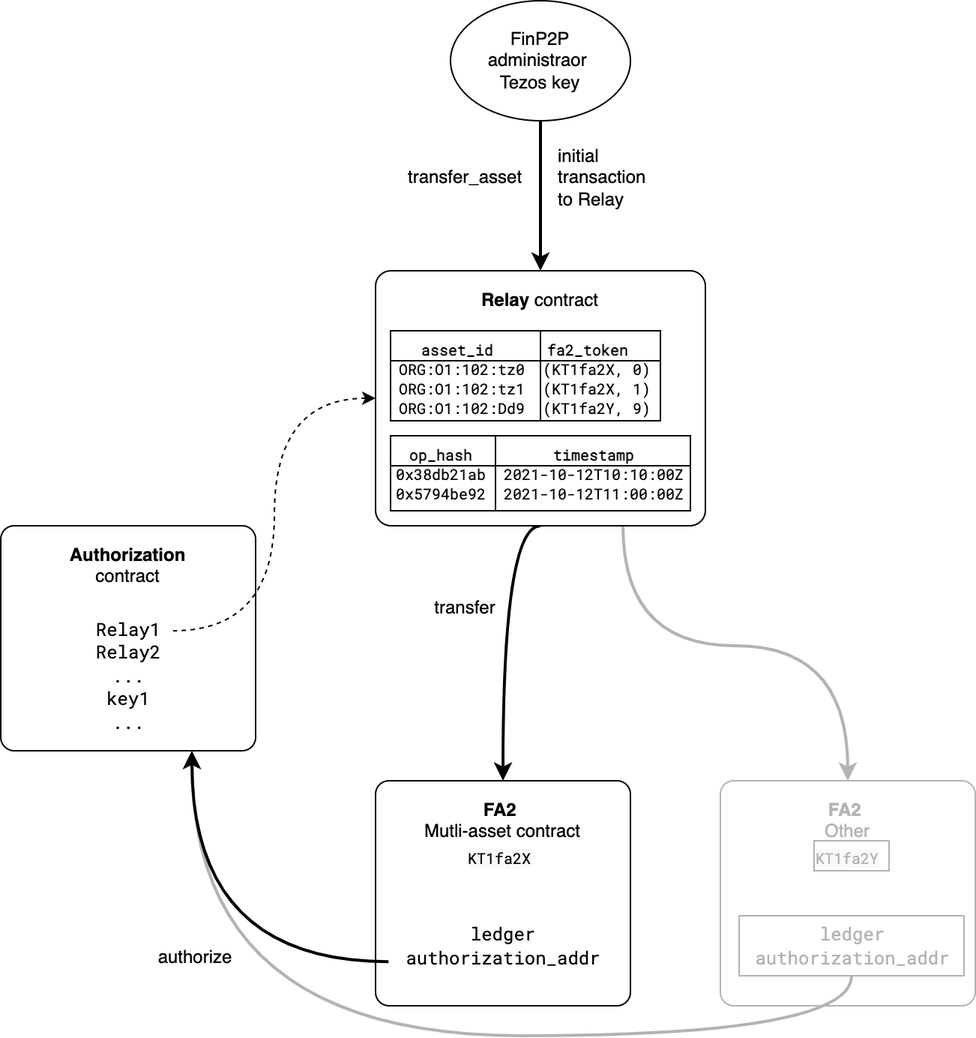
Before: specs/images/finp2p_tezos_contracts.png, a diagram exported from draw.io (owneraio/finp2p-tezos-adapter). Source tidied: cells renumbered, new cells last; positions are measured from the earlier drawing's top-left corner, leaving out a move shared by most shapes.
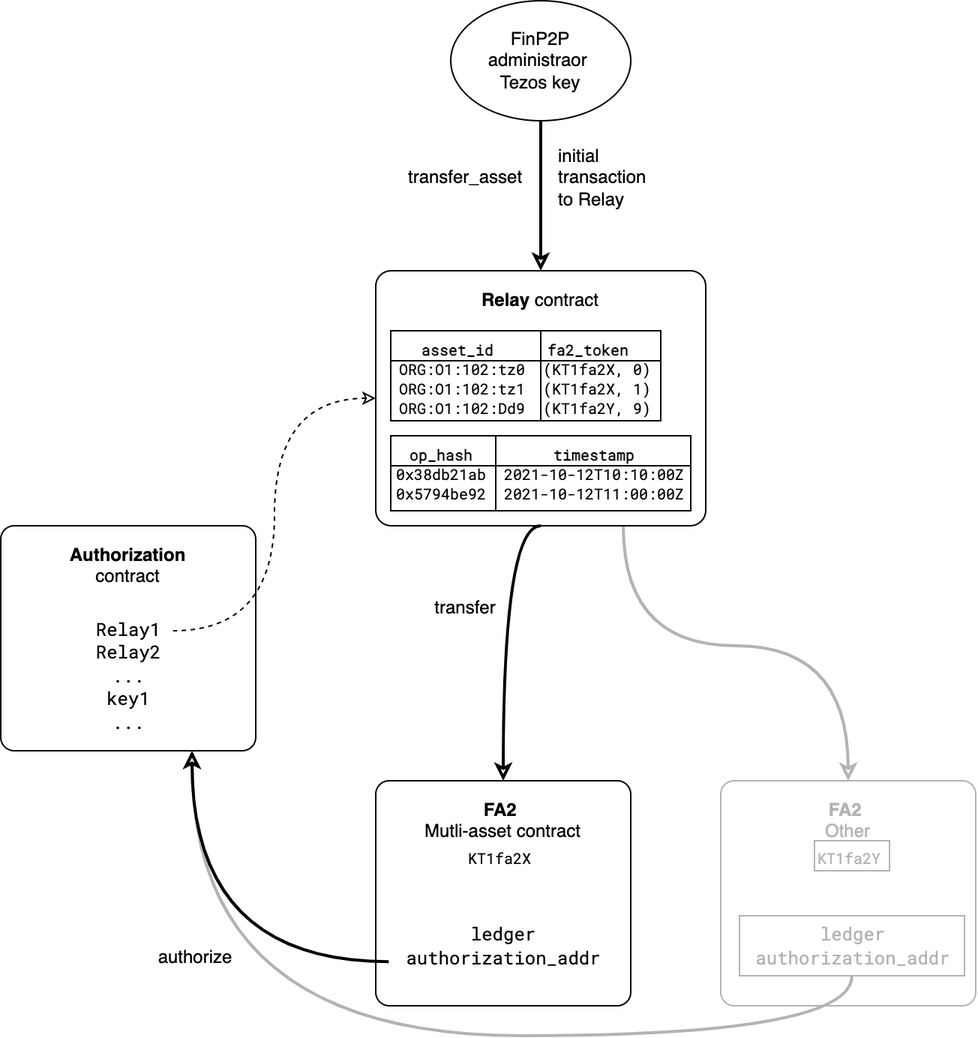
Later version of the same file.

Commit message:
Plan: tr backgroud

What changed in the source:
```diff
@@ -2,14 +2,14 @@
   <root>
     <mxCell id="0" />
     <mxCell id="1" parent="0" />
-    <mxCell id="2" style="edgeStyle=orthogonalEdgeStyle;curved=1;rounded=0;jettySize=auto;html=1;exitX=0.5;exitY=1;exitDx=0;exitDy=0;entryX=0.5;entryY=0;entryDx=0;entryDy=0;fontFamily=Helvetica;fontSize=10;startArrow=none;startFill=0;endArrow=classic;endFill=1;strokeWidth=2;" parent="1" edge="1" source="4" target="5">
+    <mxCell id="2" style="edgeStyle=orthogonalEdgeStyle;curved=1;rounded=0;jettySize=auto;html=1;exitX=0.5;exitY=1;exitDx=0;exitDy=0;entryX=0.5;entryY=0;entryDx=0;entryDy=0;fontFamily=Helvetica;fontSize=10;startArrow=none;startFill=0;endArrow=classic;endFill=1;strokeWidth=2;fillOpacity=0;" parent="1" edge="1" source="4" target="5">
       <mxGeometry relative="1" as="geometry">
         <Array as="points">
           <mxPoint x="335" y="350" />
         </Array>
       </mxGeometry>
     </mxCell>
-    <mxCell id="3" style="edgeStyle=orthogonalEdgeStyle;curved=1;rounded=0;jettySize=auto;html=1;exitX=0.75;exitY=1;exitDx=0;exitDy=0;entryX=0.5;entryY=0;entryDx=0;entryDy=0;fontFamily=Helvetica;fontSize=10;startArrow=none;startFill=0;endArrow=classic;endFill=1;strokeWidth=2;strokeColor=#B3B3B3;" parent="1" edge="1" source="4" target="6">
+    <mxCell id="3" style="edgeStyle=orthogonalEdgeStyle;curved=1;rounded=0;jettySize=auto;html=1;exitX=0.75;exitY=1;exitDx=0;exitDy=0;entryX=0.5;entryY=0;entryDx=0;entryDy=0;fontFamily=Helvetica;fontSize=10;startArrow=none;startFill=0;endArrow=classic;endFill=1;strokeWidth=2;strokeColor=#B3B3B3;fillOpacity=0;" parent="1" edge="1" source="4" target="6">
       <mxGeometry relative="1" as="geometry">
         <Array as="points">
           <mxPoint x="415" y="430" />
@@ -17,25 +17,25 @@
         </Array>
       </mxGeometry>
     </mxCell>
-    <mxCell id="4" value="&lt;b&gt;Relay&lt;/b&gt; contract" style="rounded=1;whiteSpace=wrap;html=1;verticalAlign=top;spacing=8;arcSize=6;" parent="1" vertex="1">
+    <mxCell id="4" value="&lt;b&gt;Relay&lt;/b&gt; contract" style="rounded=1;whiteSpace=wrap;html=1;verticalAlign=top;spacing=8;arcSize=6;fillOpacity=0;" parent="1" vertex="1">
       <mxGeometry x="250" y="180" width="220" height="170" as="geometry" />
     </mxCell>
-    <mxCell id="5" value="&lt;b&gt;FA2 &lt;/b&gt;&lt;br&gt;Mutli-asset contract" style="rounded=1;whiteSpace=wrap;html=1;verticalAlign=top;spacing=8;arcSize=6;" parent="1" vertex="1">
+    <mxCell id="5" value="&lt;b&gt;FA2 &lt;/b&gt;&lt;br&gt;Mutli-asset contract" style="rounded=1;whiteSpace=wrap;html=1;verticalAlign=top;spacing=8;arcSize=6;fillOpacity=0;" parent="1" vertex="1">
       <mxGeometry x="250" y="520" width="170" height="150" as="geometry" />
     </mxCell>
-    <mxCell id="6" value="&lt;b&gt;FA2 &lt;/b&gt;&lt;br&gt;Other" style="rounded=1;whiteSpace=wrap;html=1;verticalAlign=top;spacing=8;arcSize=6;strokeColor=#B3B3B3;fontColor=#B3B3B3;" parent="1" vertex="1">
+    <mxCell id="6" value="&lt;b&gt;FA2 &lt;/b&gt;&lt;br&gt;Other" style="rounded=1;whiteSpace=wrap;html=1;verticalAlign=top;spacing=8;arcSize=6;strokeColor=#B3B3B3;fontColor=#B3B3B3;fillOpacity=0;" parent="1" vertex="1">
       <mxGeometry x="480" y="520" width="170" height="150" as="geometry" />
     </mxCell>
-    <mxCell id="7" value="&lt;b&gt;Authorization&lt;/b&gt;&lt;br&gt;contract" style="rounded=1;whiteSpace=wrap;html=1;verticalAlign=top;spacing=8;arcSize=6;" parent="1" vertex="1">
+    <mxCell id="7" value="&lt;b&gt;Authorization&lt;/b&gt;&lt;br&gt;contract" style="rounded=1;whiteSpace=wrap;html=1;verticalAlign=top;spacing=8;arcSize=6;fillOpacity=0;" parent="1" vertex="1">
       <mxGeometry y="350" width="170" height="150" as="geometry" />
     </mxCell>
-    <mxCell id="8" value="&lt;font face=&quot;Roboto Mono&quot;&gt;ledger&lt;br&gt;authorization_addr&lt;br&gt;&lt;/font&gt;" style="text;html=1;align=center;verticalAlign=middle;points=[];strokeColor=none;fillColor=none;" parent="1" vertex="1">
+    <mxCell id="8" value="&lt;font face=&quot;Roboto Mono&quot;&gt;ledger&lt;br&gt;authorization_addr&lt;br&gt;&lt;/font&gt;" style="text;html=1;align=center;verticalAlign=middle;points=[];strokeColor=none;fillColor=none;fillOpacity=0;" parent="1" vertex="1">
       <mxGeometry x="260" y="610" width="150" height="40" as="geometry" />
     </mxCell>
-    <mxCell id="9" value="&lt;span style=&quot;font-family: &amp;quot;roboto mono&amp;quot;&quot;&gt;ledger&lt;br&gt;authorization_addr&lt;/span&gt;" style="text;html=1;align=center;verticalAlign=middle;points=[];strokeColor=#B3B3B3;fillColor=none;fontColor=#B3B3B3;" parent="1" vertex="1">
+    <mxCell id="9" value="&lt;span style=&quot;font-family: &amp;quot;roboto mono&amp;quot;&quot;&gt;ledger&lt;br&gt;authorization_addr&lt;/span&gt;" style="text;html=1;align=center;verticalAlign=middle;points=[];strokeColor=#B3B3B3;fillColor=none;fontColor=#B3B3B3;fillOpacity=0;" parent="1" vertex="1">
       <mxGeometry x="492.5" y="610" width="150" height="40" as="geometry" />
     </mxCell>
-    <mxCell id="10" style="curved=1;endArrow=classic;html=1;rounded=0;entryX=0.75;entryY=1;entryDx=0;entryDy=0;edgeStyle=orthogonalEdgeStyle;strokeWidth=2;strokeColor=#B3B3B3;" parent="1" edge="1" source="9" target="7">
+    <mxCell id="10" style="curved=1;endArrow=classic;html=1;rounded=0;entryX=0.75;entryY=1;entryDx=0;entryDy=0;edgeStyle=orthogonalEdgeStyle;strokeWidth=2;strokeColor=#B3B3B3;fillOpacity=0;" parent="1" edge="1" source="9" target="7">
       <mxGeometry relative="1" as="geometry">
         <Array as="points">
           <mxPoint x="568" y="690" />
@@ -43,43 +43,43 @@
         </Array>
       </mxGeometry>
     </mxCell>
-    <mxCell id="11" value="&lt;font face=&quot;Roboto Mono&quot;&gt;Relay1&lt;br&gt;Relay2&lt;br&gt;...&lt;br&gt;key1&lt;br&gt;...&lt;br&gt;&lt;/font&gt;" style="text;html=1;align=center;verticalAlign=middle;points=[];strokeColor=none;fillColor=none;" parent="1" vertex="1">
+    <mxCell id="11" value="&lt;font face=&quot;Roboto Mono&quot;&gt;Relay1&lt;br&gt;Relay2&lt;br&gt;...&lt;br&gt;key1&lt;br&gt;...&lt;br&gt;&lt;/font&gt;" style="text;html=1;align=center;verticalAlign=middle;points=[];strokeColor=none;fillColor=none;fillOpacity=0;" parent="1" vertex="1">
       <mxGeometry x="55" y="410" width="60" height="80" as="geometry" />
     </mxCell>
-    <mxCell id="12" style="edgeStyle=orthogonalEdgeStyle;curved=1;rounded=0;jettySize=auto;html=1;entryX=1;entryY=0.125;entryDx=0;entryDy=0;entryPerimeter=0;startArrow=classic;startFill=1;endArrow=none;endFill=0;dashed=1;" parent="1" edge="1" source="4" target="11">
+    <mxCell id="12" style="edgeStyle=orthogonalEdgeStyle;curved=1;rounded=0;jettySize=auto;html=1;entryX=1;entryY=0.125;entryDx=0;entryDy=0;entryPerimeter=0;startArrow=classic;startFill=1;endArrow=none;endFill=0;dashed=1;fillOpacity=0;" parent="1" edge="1" source="4" target="11">
       <mxGeometry relative="1" as="geometry" />
     </mxCell>
-    <mxCell id="13" value="&lt;font style=&quot;font-size: 10px&quot;&gt;&lt;font face=&quot;Roboto Mono&quot;&gt;&lt;b&gt;asset_id&amp;nbsp; &amp;nbsp; &amp;nbsp; fa2_token&lt;br&gt;&lt;/b&gt;ORG:O1:102:tz0&amp;nbsp; (KT1fa2X, 0)&lt;/font&gt;&lt;br&gt;&lt;/font&gt;&lt;span style=&quot;font-family: &amp;#34;roboto mono&amp;#34;&quot;&gt;ORG:O1:102:tz1&amp;nbsp; (KT1fa2X, 1)&lt;br&gt;&lt;/span&gt;&lt;font face=&quot;Roboto Mono&quot; style=&quot;font-size: 10px&quot;&gt;&lt;span style=&quot;font-family: &amp;#34;roboto mono&amp;#34;&quot;&gt;ORG:O1:102:Dd9&amp;nbsp; (KT1fa2Y, 9)&lt;/span&gt;&lt;br&gt;&lt;/font&gt;" style="shape=internalStorage;whiteSpace=wrap;html=1;backgroundOutline=1;verticalAlign=top;dx=100;dy=20;fontSize=10;" parent="1" vertex="1">
+    <mxCell id="13" value="&lt;font style=&quot;font-size: 10px&quot;&gt;&lt;font face=&quot;Roboto Mono&quot;&gt;&lt;b&gt;asset_id&amp;nbsp; &amp;nbsp; &amp;nbsp; fa2_token&lt;br&gt;&lt;/b&gt;ORG:O1:102:tz0&amp;nbsp; (KT1fa2X, 0)&lt;/font&gt;&lt;br&gt;&lt;/font&gt;&lt;span style=&quot;font-family: &amp;#34;roboto mono&amp;#34;&quot;&gt;ORG:O1:102:tz1&amp;nbsp; (KT1fa2X, 1)&lt;br&gt;&lt;/span&gt;&lt;font face=&quot;Roboto Mono&quot; style=&quot;font-size: 10px&quot;&gt;&lt;span style=&quot;font-family: &amp;#34;roboto mono&amp;#34;&quot;&gt;ORG:O1:102:Dd9&amp;nbsp; (KT1fa2Y, 9)&lt;/span&gt;&lt;br&gt;&lt;/font&gt;" style="shape=internalStorage;whiteSpace=wrap;html=1;backgroundOutline=1;verticalAlign=top;dx=100;dy=20;fontSize=10;fillOpacity=0;" parent="1" vertex="1">
       <mxGeometry x="260" y="220" width="180" height="60" as="geometry" />
     </mxCell>
-    <mxCell id="14" value="&lt;font style=&quot;font-size: 10px&quot;&gt;&lt;font face=&quot;Roboto Mono&quot;&gt;&lt;b&gt;op_hash&amp;nbsp; &amp;nbsp; &amp;nbsp; &amp;nbsp; &amp;nbsp;timestamp&amp;nbsp; &amp;nbsp;&amp;nbsp;&lt;br&gt;&lt;/b&gt;0x38db21ab&amp;nbsp; 2021-10-12T10:10:00Z&lt;/font&gt;&lt;br&gt;&lt;/font&gt;&lt;font face=&quot;Roboto Mono&quot; style=&quot;font-size: 10px&quot;&gt;0x5794be92&amp;nbsp; 2021-10-12T11:00:00Z&lt;br&gt;&lt;/font&gt;" style="shape=internalStorage;whiteSpace=wrap;html=1;backgroundOutline=1;verticalAlign=top;dx=70;dy=20;fontSize=10;" parent="1" vertex="1">
+    <mxCell id="14" value="&lt;font style=&quot;font-size: 10px&quot;&gt;&lt;font face=&quot;Roboto Mono&quot;&gt;&lt;b&gt;op_hash&amp;nbsp; &amp;nbsp; &amp;nbsp; &amp;nbsp; &amp;nbsp;timestamp&amp;nbsp; &amp;nbsp;&amp;nbsp;&lt;br&gt;&lt;/b&gt;0x38db21ab&amp;nbsp; 2021-10-12T10:10:00Z&lt;/font&gt;&lt;br&gt;&lt;/font&gt;&lt;font face=&quot;Roboto Mono&quot; style=&quot;font-size: 10px&quot;&gt;0x5794be92&amp;nbsp; 2021-10-12T11:00:00Z&lt;br&gt;&lt;/font&gt;" style="shape=internalStorage;whiteSpace=wrap;html=1;backgroundOutline=1;verticalAlign=top;dx=70;dy=20;fontSize=10;fillOpacity=0;" parent="1" vertex="1">
       <mxGeometry x="260" y="290" width="200" height="50" as="geometry" />
     </mxCell>
-    <mxCell id="15" value="&lt;meta charset=&quot;utf-8&quot;&gt;&lt;span style=&quot;color: rgb(0, 0, 0); font-family: &amp;quot;roboto mono&amp;quot;; font-size: 10px; font-style: normal; font-weight: 400; letter-spacing: normal; text-align: center; text-indent: 0px; text-transform: none; word-spacing: 0px; background-color: rgb(248, 249, 250); display: inline; float: none;&quot;&gt;KT1fa2X&lt;/span&gt;" style="text;whiteSpace=wrap;html=1;fontSize=10;fontFamily=Roboto Mono;" parent="1" vertex="1">
+    <mxCell id="15" value="&lt;span style=&quot;color: rgb(0 , 0 , 0) ; font-family: &amp;#34;roboto mono&amp;#34; ; font-size: 10px ; font-style: normal ; font-weight: 400 ; letter-spacing: normal ; text-align: center ; text-indent: 0px ; text-transform: none ; word-spacing: 0px ; display: inline ; float: none&quot;&gt;KT1fa2X&lt;/span&gt;" style="text;whiteSpace=wrap;html=1;fontSize=10;fontFamily=Roboto Mono;fillOpacity=0;" parent="1" vertex="1">
       <mxGeometry x="310" y="560" width="50" height="20" as="geometry" />
     </mxCell>
-    <mxCell id="16" value="&lt;span style=&quot;font-family: &amp;quot;roboto mono&amp;quot;; font-size: 10px; font-style: normal; font-weight: 400; letter-spacing: normal; text-align: center; text-indent: 0px; text-transform: none; word-spacing: 0px; background-color: rgb(248, 249, 250); display: inline; float: none;&quot;&gt;KT1fa2Y&lt;/span&gt;" style="text;whiteSpace=wrap;html=1;fontSize=10;fontFamily=Roboto Mono;strokeColor=#B3B3B3;fontColor=#B3B3B3;" parent="1" vertex="1">
+    <mxCell id="16" value="&lt;span style=&quot;font-family: &amp;#34;roboto mono&amp;#34; ; font-size: 10px ; font-style: normal ; font-weight: 400 ; letter-spacing: normal ; text-align: center ; text-indent: 0px ; text-transform: none ; word-spacing: 0px ; display: inline ; float: none&quot;&gt;KT1fa2Y&lt;/span&gt;" style="text;whiteSpace=wrap;html=1;fontSize=10;fontFamily=Roboto Mono;strokeColor=#B3B3B3;fontColor=#B3B3B3;fillOpacity=0;" parent="1" vertex="1">
       <mxGeometry x="542.5" y="560" width="50" height="20" as="geometry" />
     </mxCell>
-    <mxCell id="17" style="edgeStyle=orthogonalEdgeStyle;curved=1;rounded=0;jettySize=auto;html=1;exitX=0.5;exitY=1;exitDx=0;exitDy=0;entryX=0.5;entryY=0;entryDx=0;entryDy=0;fontFamily=Helvetica;fontSize=12;startArrow=none;startFill=0;endArrow=classic;endFill=1;strokeWidth=2;" parent="1" edge="1" source="18" target="4">
+    <mxCell id="17" style="edgeStyle=orthogonalEdgeStyle;curved=1;rounded=0;jettySize=auto;html=1;exitX=0.5;exitY=1;exitDx=0;exitDy=0;entryX=0.5;entryY=0;entryDx=0;entryDy=0;fontFamily=Helvetica;fontSize=12;startArrow=none;startFill=0;endArrow=classic;endFill=1;strokeWidth=2;fillOpacity=0;" parent="1" edge="1" source="18" target="4">
       <mxGeometry relative="1" as="geometry" />
     </mxCell>
-    <mxCell id="18" value="FinP2P&lt;br style=&quot;font-size: 12px;&quot;&gt;administraor &lt;br style=&quot;font-size: 12px;&quot;&gt;Tezos key" style="ellipse;whiteSpace=wrap;html=1;fontFamily=Helvetica;fontSize=12;verticalAlign=middle;" parent="1" vertex="1">
+    <mxCell id="18" value="FinP2P&lt;br style=&quot;font-size: 12px;&quot;&gt;administraor &lt;br style=&quot;font-size: 12px;&quot;&gt;Tezos key" style="ellipse;whiteSpace=wrap;html=1;fontFamily=Helvetica;fontSize=12;verticalAlign=middle;fillOpacity=0;" parent="1" vertex="1">
       <mxGeometry x="300" width="120" height="80" as="geometry" />
     </mxCell>
-    <mxCell id="19" value="initial transaction to Relay" style="text;html=1;strokeColor=none;fillColor=none;align=left;verticalAlign=middle;whiteSpace=wrap;rounded=0;fontFamily=Helvetica;fontSize=12;" parent="1" vertex="1">
+    <mxCell id="19" value="initial transaction to Relay" style="text;html=1;strokeColor=none;fillColor=none;align=left;verticalAlign=middle;whiteSpace=wrap;rounded=0;fontFamily=Helvetica;fontSize=12;fillOpacity=0;" parent="1" vertex="1">
       <mxGeometry x="370" y="103" width="60" height="30" as="geometry" />
     </mxCell>
-    <mxCell id="20" value="authorize" style="text;html=1;strokeColor=none;fillColor=none;align=center;verticalAlign=middle;whiteSpace=wrap;rounded=0;fontFamily=Helvetica;fontSize=12;" parent="1" vertex="1">
+    <mxCell id="20" value="authorize" style="text;html=1;strokeColor=none;fillColor=none;align=center;verticalAlign=middle;whiteSpace=wrap;rounded=0;fontFamily=Helvetica;fontSize=12;fillOpacity=0;" parent="1" vertex="1">
       <mxGeometry x="100" y="623" width="60" height="30" as="geometry" />
     </mxCell>
-    <mxCell id="21" value="transfer" style="text;html=1;strokeColor=none;fillColor=none;align=center;verticalAlign=middle;whiteSpace=wrap;rounded=0;fontFamily=Helvetica;fontSize=12;" parent="1" vertex="1">
+    <mxCell id="21" value="transfer" style="text;html=1;strokeColor=none;fillColor=none;align=center;verticalAlign=middle;whiteSpace=wrap;rounded=0;fontFamily=Helvetica;fontSize=12;fillOpacity=0;" parent="1" vertex="1">
       <mxGeometry x="280" y="390" width="60" height="30" as="geometry" />
     </mxCell>
-    <mxCell id="22" value="&lt;div style=&quot;text-align: right&quot;&gt;&lt;span&gt;transfer_asset&lt;/span&gt;&lt;/div&gt;" style="text;html=1;strokeColor=none;fillColor=none;align=center;verticalAlign=middle;whiteSpace=wrap;rounded=0;fontFamily=Helvetica;fontSize=12;" parent="1" vertex="1">
+    <mxCell id="22" value="&lt;div style=&quot;text-align: right&quot;&gt;&lt;span&gt;transfer_asset&lt;/span&gt;&lt;/div&gt;" style="text;html=1;strokeColor=none;fillColor=none;align=center;verticalAlign=middle;whiteSpace=wrap;rounded=0;fontFamily=Helvetica;fontSize=12;fillOpacity=0;" parent="1" vertex="1">
       <mxGeometry x="260" y="103" width="100" height="30" as="geometry" />
     </mxCell>
-    <mxCell id="23" style="curved=1;endArrow=classic;html=1;rounded=0;entryX=0.75;entryY=1;entryDx=0;entryDy=0;edgeStyle=orthogonalEdgeStyle;exitX=-0.009;exitY=0.765;exitDx=0;exitDy=0;exitPerimeter=0;strokeWidth=2;" parent="1" edge="1" source="8" target="7">
+    <mxCell id="23" style="curved=1;endArrow=classic;html=1;rounded=0;entryX=0.75;entryY=1;entryDx=0;entryDy=0;edgeStyle=orthogonalEdgeStyle;exitX=-0.009;exitY=0.765;exitDx=0;exitDy=0;exitPerimeter=0;strokeWidth=2;fillOpacity=0;" parent="1" edge="1" source="8" target="7">
       <mxGeometry relative="1" as="geometry" />
     </mxCell>
   </root>
```
